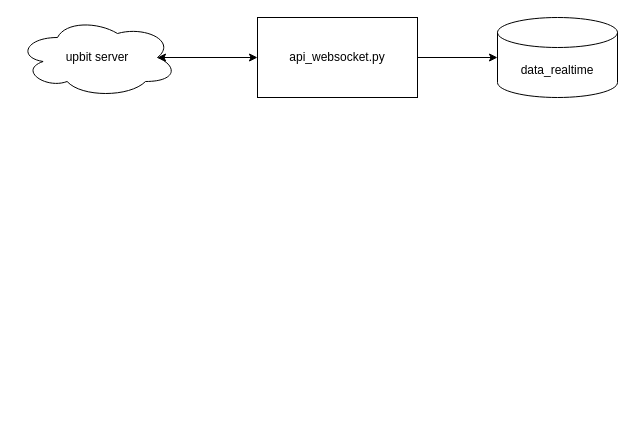
Above: test_03.drawio in JM-SEO/test_03 (draw.io), before the change. Source tidied: cells renumbered, new cells numbered last; positions are measured from the earlier drawing's top-left corner, leaving out a move shared by most shapes. Both pictures are drawn from the tidied source at 100%, with x=0, y=0 at pixel (17, 17).
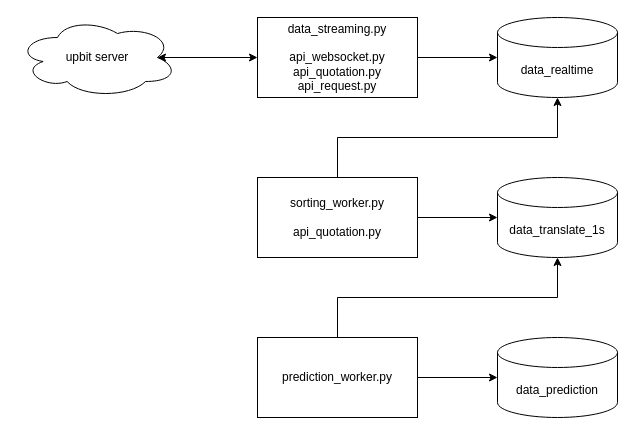
Above is the later version.

Change to the diagram source:
```diff
@@
 <mxGraphModel>
   <root>
     <mxCell id="0" />
     <mxCell id="1" parent="0" />
     <mxCell id="2" value="upbit server" style="ellipse;shape=cloud;whiteSpace=wrap;html=1;" parent="1" vertex="1">
       <mxGeometry width="160" height="80" as="geometry" />
     </mxCell>
-    <mxCell id="3" value="api_websocket.py" style="rounded=0;whiteSpace=wrap;html=1;" parent="1" vertex="1">
+    <mxCell id="3" value="data_streaming.py&lt;div&gt;&lt;br&gt;&lt;/div&gt;&lt;div&gt;api_websocket.py&lt;/div&gt;&lt;div&gt;api_quotation.py&lt;/div&gt;&lt;div&gt;api_request.py&lt;/div&gt;" style="rounded=0;whiteSpace=wrap;html=1;" parent="1" vertex="1">
       <mxGeometry x="240" width="160" height="80" as="geometry" />
     </mxCell>
     <mxCell id="4" value="data_realtime" style="shape=cylinder3;whiteSpace=wrap;html=1;boundedLbl=1;backgroundOutline=1;size=15;" parent="1" vertex="1">
       <mxGeometry x="480" width="120" height="80" as="geometry" />
     </mxCell>
     <mxCell id="5" style="endArrow=classic;html=1;rounded=0;exitX=1;exitY=0.5;exitDx=0;exitDy=0;entryX=0;entryY=0.5;entryDx=0;entryDy=0;entryPerimeter=0;" parent="1" edge="1" source="3" target="4">
       <mxGeometry relative="1" as="geometry" />
     </mxCell>
     <mxCell id="6" style="endArrow=classic;startArrow=classic;html=1;rounded=0;exitX=0.875;exitY=0.5;exitDx=0;exitDy=0;exitPerimeter=0;entryX=0;entryY=0.5;entryDx=0;entryDy=0;" parent="1" edge="1" source="2" target="3">
       <mxGeometry relative="1" as="geometry" />
     </mxCell>
+    <mxCell id="7" value="sorting_worker.py&lt;div&gt;&lt;br&gt;&lt;/div&gt;&lt;div&gt;api_quotation.py&lt;/div&gt;" style="rounded=0;whiteSpace=wrap;html=1;" parent="1" vertex="1">
+      <mxGeometry x="240" y="160" width="160" height="80" as="geometry" />
+    </mxCell>
+    <mxCell id="8" style="endArrow=classic;html=1;rounded=0;entryX=0.5;entryY=1;entryDx=0;entryDy=0;entryPerimeter=0;exitX=0.5;exitY=0;exitDx=0;exitDy=0;" parent="1" edge="1" source="7" target="4">
+      <mxGeometry relative="1" as="geometry">
+        <Array as="points">
+          <mxPoint x="320" y="120" />
+          <mxPoint x="540" y="120" />
+        </Array>
+      </mxGeometry>
+    </mxCell>
+    <mxCell id="9" value="data_translate_1s" style="shape=cylinder3;whiteSpace=wrap;html=1;boundedLbl=1;backgroundOutline=1;size=15;" parent="1" vertex="1">
+      <mxGeometry x="480" y="160" width="120" height="80" as="geometry" />
+    </mxCell>
+    <mxCell id="10" style="endArrow=classic;html=1;rounded=0;exitX=1;exitY=0.5;exitDx=0;exitDy=0;entryX=0;entryY=0.5;entryDx=0;entryDy=0;entryPerimeter=0;" parent="1" edge="1" source="7" target="9">
+      <mxGeometry relative="1" as="geometry" />
+    </mxCell>
+    <mxCell id="11" value="prediction_worker.py" style="rounded=0;whiteSpace=wrap;html=1;" parent="1" vertex="1">
+      <mxGeometry x="240" y="320" width="160" height="80" as="geometry" />
+    </mxCell>
+    <mxCell id="12" style="endArrow=classic;html=1;rounded=0;entryX=0.5;entryY=1;entryDx=0;entryDy=0;entryPerimeter=0;exitX=0.5;exitY=0;exitDx=0;exitDy=0;" parent="1" edge="1" source="11" target="9">
+      <mxGeometry relative="1" as="geometry">
+        <Array as="points">
+          <mxPoint x="320" y="280" />
+          <mxPoint x="540" y="280" />
+        </Array>
+      </mxGeometry>
+    </mxCell>
+    <mxCell id="13" value="data_prediction" style="shape=cylinder3;whiteSpace=wrap;html=1;boundedLbl=1;backgroundOutline=1;size=15;" parent="1" vertex="1">
+      <mxGeometry x="480" y="320" width="120" height="80" as="geometry" />
+    </mxCell>
+    <mxCell id="14" style="endArrow=classic;html=1;rounded=0;exitX=1;exitY=0.5;exitDx=0;exitDy=0;entryX=0;entryY=0.5;entryDx=0;entryDy=0;entryPerimeter=0;" parent="1" edge="1" source="11" target="13">
+      <mxGeometry relative="1" as="geometry" />
+    </mxCell>
   </root>
 </mxGraphModel>
```
